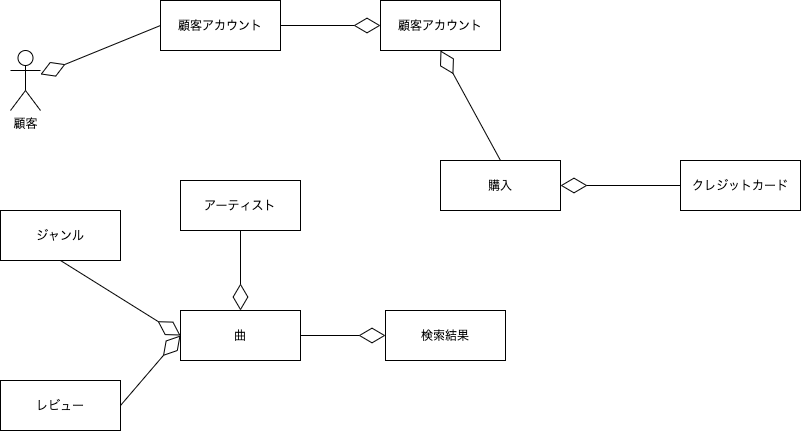
Before: 2_0_4.drawio.png, a diagram exported from draw.io (Msksgm/ucdd). Source tidied: cells renumbered, new cells last; positions are measured from the earlier drawing's top-left corner, leaving out a move shared by most shapes. Its diagram source:
```xml
<mxGraphModel>
  <root>
    <mxCell id="0" />
    <mxCell id="1" parent="0" />
    <mxCell id="2" value="顧客アカウント" style="rounded=0;whiteSpace=wrap;html=1;" parent="1" vertex="1">
      <mxGeometry x="160" width="120" height="50" as="geometry" />
    </mxCell>
    <mxCell id="3" value="顧客" style="shape=umlActor;verticalLabelPosition=bottom;verticalAlign=top;html=1;outlineConnect=0;" parent="1" vertex="1">
      <mxGeometry x="10" y="50" width="30" height="60" as="geometry" />
    </mxCell>
    <mxCell id="4" style="endArrow=diamondThin;endFill=0;endSize=24;html=1;exitX=0;exitY=0.5;exitDx=0;exitDy=0;" parent="1" edge="1" source="2" target="3">
      <mxGeometry relative="1" as="geometry" />
    </mxCell>
    <mxCell id="5" value="顧客アカウント" style="rounded=0;whiteSpace=wrap;html=1;" parent="1" vertex="1">
      <mxGeometry x="380" width="120" height="50" as="geometry" />
    </mxCell>
    <mxCell id="6" style="endArrow=diamondThin;endFill=0;endSize=24;html=1;exitX=1;exitY=0.5;exitDx=0;exitDy=0;entryX=0;entryY=0.5;entryDx=0;entryDy=0;" parent="1" edge="1" source="2" target="5">
      <mxGeometry relative="1" as="geometry" />
    </mxCell>
    <mxCell id="7" value="購入" style="rounded=0;whiteSpace=wrap;html=1;" parent="1" vertex="1">
      <mxGeometry x="440" y="160" width="120" height="50" as="geometry" />
    </mxCell>
    <mxCell id="8" style="endArrow=diamondThin;endFill=0;endSize=24;html=1;exitX=0.5;exitY=0;exitDx=0;exitDy=0;entryX=0.5;entryY=1;entryDx=0;entryDy=0;" parent="1" edge="1" source="7" target="5">
      <mxGeometry relative="1" as="geometry" />
    </mxCell>
    <mxCell id="9" style="endArrow=diamondThin;endFill=0;endSize=24;html=1;entryX=1;entryY=0.5;entryDx=0;entryDy=0;" parent="1" edge="1" target="7">
      <mxGeometry relative="1" as="geometry">
        <mxPoint x="680" y="185" as="sourcePoint" />
      </mxGeometry>
    </mxCell>
    <mxCell id="10" value="クレジットカード" style="rounded=0;whiteSpace=wrap;html=1;" parent="1" vertex="1">
      <mxGeometry x="680" y="160" width="120" height="50" as="geometry" />
    </mxCell>
    <mxCell id="11" value="曲" style="rounded=0;whiteSpace=wrap;html=1;" parent="1" vertex="1">
      <mxGeometry x="180" y="310" width="120" height="50" as="geometry" />
    </mxCell>
    <mxCell id="12" style="endArrow=diamondThin;endFill=0;endSize=24;html=1;entryX=0.5;entryY=0;entryDx=0;entryDy=0;" parent="1" edge="1" target="11">
      <mxGeometry relative="1" as="geometry">
        <mxPoint x="240" y="230" as="sourcePoint" />
      </mxGeometry>
    </mxCell>
    <mxCell id="13" value="アーティスト" style="rounded=0;whiteSpace=wrap;html=1;" parent="1" vertex="1">
      <mxGeometry x="180" y="180" width="120" height="50" as="geometry" />
    </mxCell>
    <mxCell id="14" style="endArrow=diamondThin;endFill=0;endSize=24;html=1;entryX=0;entryY=0.5;entryDx=0;entryDy=0;" parent="1" edge="1" target="11">
      <mxGeometry relative="1" as="geometry">
        <mxPoint x="60" y="260" as="sourcePoint" />
      </mxGeometry>
    </mxCell>
    <mxCell id="15" value="ジャンル" style="rounded=0;whiteSpace=wrap;html=1;" parent="1" vertex="1">
      <mxGeometry y="210" width="120" height="50" as="geometry" />
    </mxCell>
    <mxCell id="16" style="endArrow=diamondThin;endFill=0;endSize=24;html=1;entryX=0;entryY=0.5;entryDx=0;entryDy=0;exitX=1;exitY=0.5;exitDx=0;exitDy=0;" parent="1" edge="1" source="17" target="11">
      <mxGeometry relative="1" as="geometry" />
    </mxCell>
    <mxCell id="17" value="レビュー" style="rounded=0;whiteSpace=wrap;html=1;" parent="1" vertex="1">
      <mxGeometry y="380" width="120" height="50" as="geometry" />
    </mxCell>
    <mxCell id="18" value="検索結果" style="rounded=0;whiteSpace=wrap;html=1;" parent="1" vertex="1">
      <mxGeometry x="385" y="310" width="120" height="50" as="geometry" />
    </mxCell>
    <mxCell id="19" style="endArrow=diamondThin;endFill=0;endSize=24;html=1;entryX=0;entryY=0.5;entryDx=0;entryDy=0;exitX=1;exitY=0.5;exitDx=0;exitDy=0;" parent="1" edge="1" source="11" target="18">
      <mxGeometry relative="1" as="geometry" />
    </mxCell>
  </root>
</mxGraphModel>
```
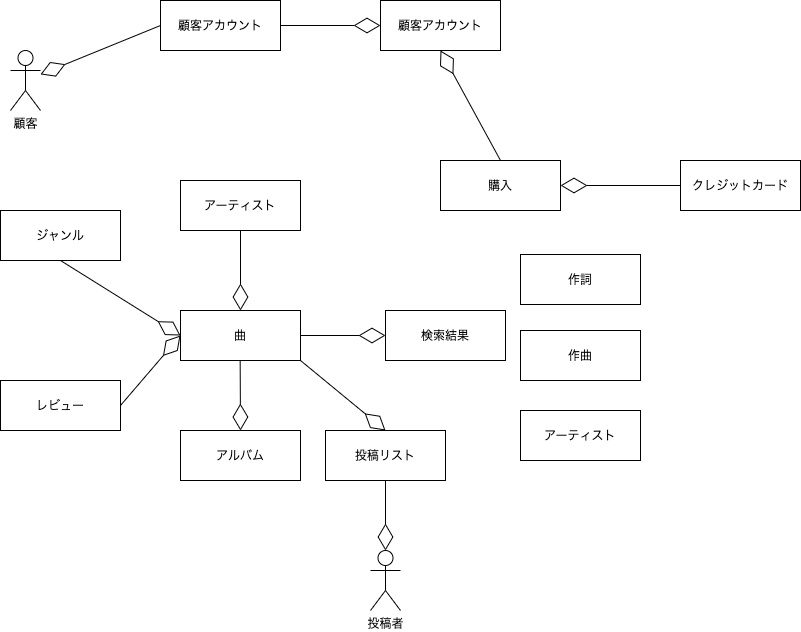
The same file after the commit.

Commit message:
fix: ドメインモデリングを修正

アルバム、作詞、作曲、アーティスト、投稿者を追加

The edit, as a diff of the source:
```diff
@@ -62,5 +62,37 @@
     <mxCell id="19" style="endArrow=diamondThin;endFill=0;endSize=24;html=1;entryX=0;entryY=0.5;entryDx=0;entryDy=0;exitX=1;exitY=0.5;exitDx=0;exitDy=0;" parent="1" edge="1" source="11" target="18">
       <mxGeometry relative="1" as="geometry" />
     </mxCell>
+    <mxCell id="20" value="アルバム" style="rounded=0;whiteSpace=wrap;html=1;" parent="1" vertex="1">
+      <mxGeometry x="180" y="430" width="120" height="50" as="geometry" />
+    </mxCell>
+    <mxCell id="21" style="endArrow=diamondThin;endFill=0;endSize=24;html=1;" parent="1" edge="1">
+      <mxGeometry relative="1" as="geometry">
+        <mxPoint x="239.7" y="360" as="sourcePoint" />
+        <mxPoint x="240" y="430" as="targetPoint" />
+      </mxGeometry>
+    </mxCell>
+    <mxCell id="22" value="作詞" style="rounded=0;whiteSpace=wrap;html=1;" parent="1" vertex="1">
+      <mxGeometry x="520" y="254" width="120" height="50" as="geometry" />
+    </mxCell>
+    <mxCell id="23" value="作曲" style="rounded=0;whiteSpace=wrap;html=1;" parent="1" vertex="1">
+      <mxGeometry x="520" y="330" width="120" height="50" as="geometry" />
+    </mxCell>
+    <mxCell id="24" value="アーティスト" style="rounded=0;whiteSpace=wrap;html=1;" parent="1" vertex="1">
+      <mxGeometry x="520" y="410" width="120" height="50" as="geometry" />
+    </mxCell>
+    <mxCell id="25" style="endArrow=diamondThin;endFill=0;endSize=24;html=1;exitX=1;exitY=1;exitDx=0;exitDy=0;entryX=0.5;entryY=0;entryDx=0;entryDy=0;" parent="1" edge="1" source="11" target="26">
+      <mxGeometry relative="1" as="geometry" />
+    </mxCell>
+    <mxCell id="26" value="投稿リスト" style="rounded=0;whiteSpace=wrap;html=1;" parent="1" vertex="1">
+      <mxGeometry x="325" y="430" width="120" height="50" as="geometry" />
+    </mxCell>
+    <mxCell id="27" style="endArrow=diamondThin;endFill=0;endSize=24;html=1;exitX=0.5;exitY=1;exitDx=0;exitDy=0;" parent="1" edge="1" source="26">
+      <mxGeometry relative="1" as="geometry">
+        <mxPoint x="385" y="550" as="targetPoint" />
+      </mxGeometry>
+    </mxCell>
+    <mxCell id="28" value="投稿者" style="shape=umlActor;verticalLabelPosition=bottom;verticalAlign=top;html=1;" parent="1" vertex="1">
+      <mxGeometry x="370" y="550" width="30" height="60" as="geometry" />
+    </mxCell>
   </root>
 </mxGraphModel>
```
